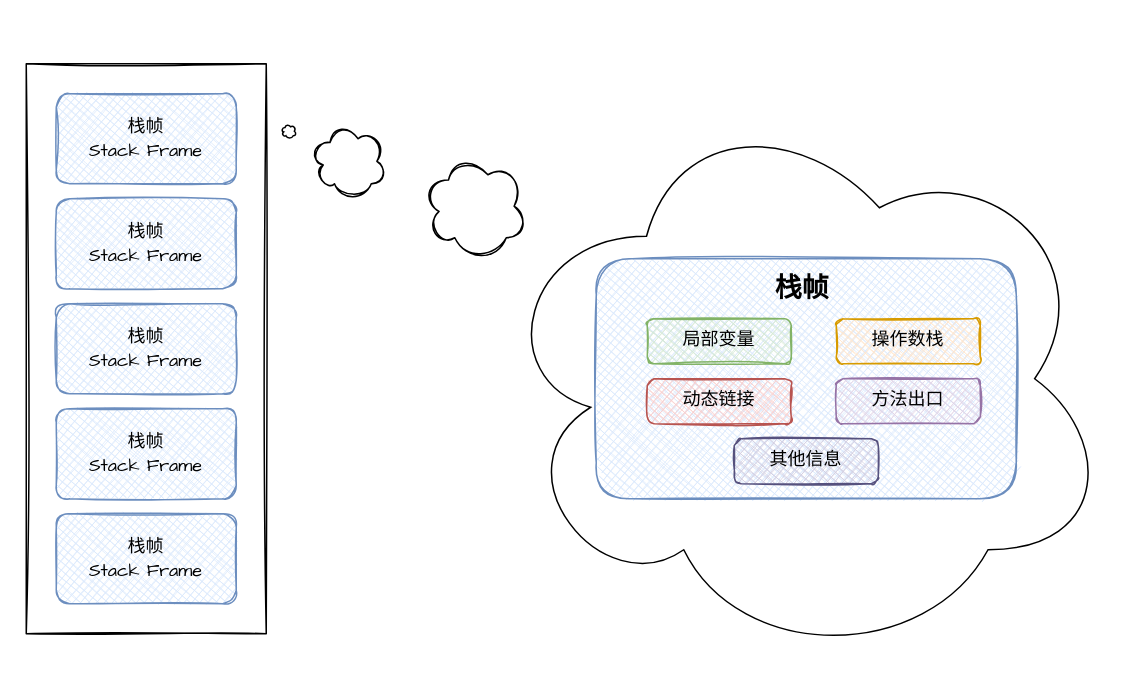
Earlier version of the draw.io diagram draw/jvm/栈.drawio (Thechc/materials). Source tidied: cells renumbered, new cells numbered last; positions are measured from the earlier drawing's top-left corner, leaving out a move shared by most shapes. Both pictures are drawn from the tidied source at 150%, with x=0, y=0 at pixel (26, 63).
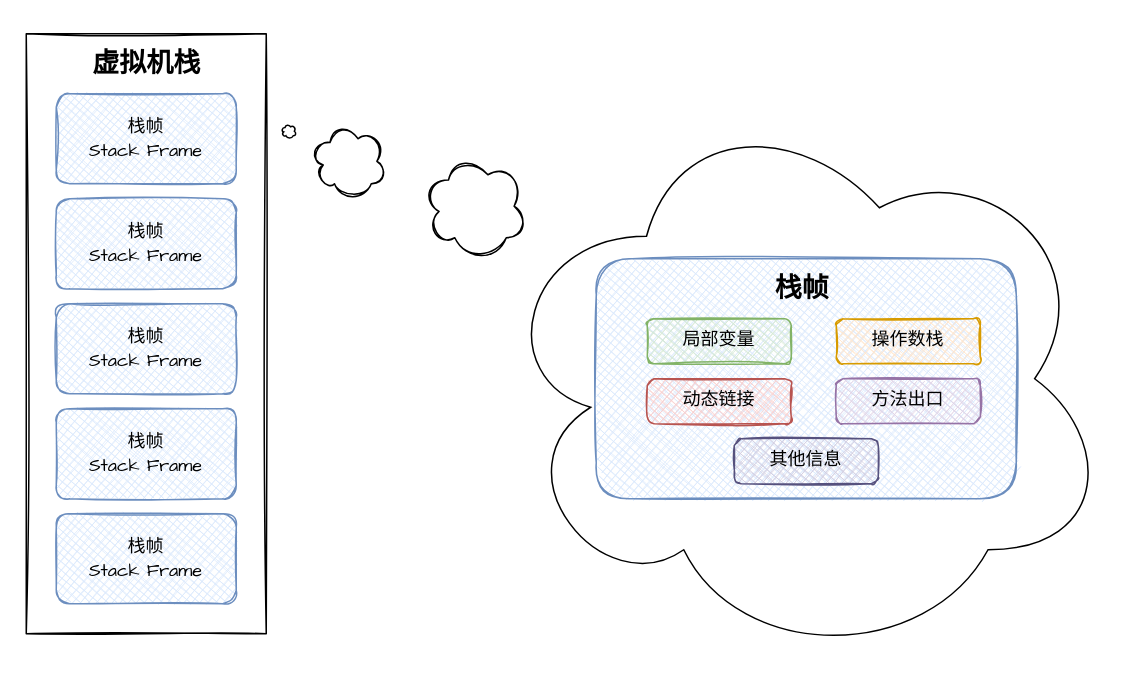
The same diagram, later.

What changed in the source:
```diff
@@
 <mxGraphModel>
   <root>
     <mxCell id="0" />
     <mxCell id="1" parent="0" />
     <mxCell id="2" style="ellipse;shape=cloud;whiteSpace=wrap;html=1;sketch=0;fillStyle=auto;fontFamily=Comic Sans MS;verticalAlign=bottom;" parent="1" vertex="1">
       <mxGeometry x="310" y="20" width="414" height="380" as="geometry" />
     </mxCell>
     <mxCell id="3" style="rounded=0;whiteSpace=wrap;html=1;sketch=1;" parent="1" vertex="1">
-      <mxGeometry width="160" height="380" as="geometry" />
+      <mxGeometry y="-20" width="160" height="400" as="geometry" />
     </mxCell>
     <mxCell id="4" value="&lt;font face=&quot;Comic Sans MS&quot;&gt;栈帧&lt;br&gt;&lt;/font&gt;&lt;div&gt;&lt;span style=&quot;font-size: 9.00337pt&quot;&gt;&lt;font face=&quot;Comic Sans MS&quot;&gt;Stack Frame&lt;/font&gt;&lt;/span&gt;&lt;/div&gt;" style="rounded=1;whiteSpace=wrap;html=1;sketch=1;fillColor=#dae8fc;strokeColor=#6c8ebf;fillStyle=cross-hatch;" parent="1" vertex="1">
       <mxGeometry x="20" y="300" width="120" height="60" as="geometry" />
     </mxCell>
     <mxCell id="5" value="&lt;font face=&quot;Comic Sans MS&quot;&gt;栈帧&lt;br&gt;&lt;/font&gt;&lt;div&gt;&lt;span style=&quot;font-size: 9.00337pt&quot;&gt;&lt;font face=&quot;Comic Sans MS&quot;&gt;Stack Frame&lt;/font&gt;&lt;/span&gt;&lt;/div&gt;" style="rounded=1;whiteSpace=wrap;html=1;sketch=1;fillColor=#dae8fc;strokeColor=#6c8ebf;fillStyle=cross-hatch;" parent="1" vertex="1">
       <mxGeometry x="20" y="230" width="120" height="60" as="geometry" />
     </mxCell>
     <mxCell id="6" value="&lt;font face=&quot;Comic Sans MS&quot;&gt;栈帧&lt;br&gt;&lt;/font&gt;&lt;div&gt;&lt;span style=&quot;font-size: 9.00337pt&quot;&gt;&lt;font face=&quot;Comic Sans MS&quot;&gt;Stack Frame&lt;/font&gt;&lt;/span&gt;&lt;/div&gt;" style="rounded=1;whiteSpace=wrap;html=1;sketch=1;fillColor=#dae8fc;strokeColor=#6c8ebf;fillStyle=cross-hatch;" parent="1" vertex="1">
       <mxGeometry x="20" y="160" width="120" height="60" as="geometry" />
     </mxCell>
     <mxCell id="7" value="&lt;font face=&quot;Comic Sans MS&quot;&gt;栈帧&lt;br&gt;&lt;/font&gt;&lt;div&gt;&lt;span style=&quot;font-size: 9.00337pt&quot;&gt;&lt;font face=&quot;Comic Sans MS&quot;&gt;Stack Frame&lt;/font&gt;&lt;/span&gt;&lt;/div&gt;" style="rounded=1;whiteSpace=wrap;html=1;sketch=1;fillColor=#dae8fc;strokeColor=#6c8ebf;fillStyle=cross-hatch;" parent="1" vertex="1">
       <mxGeometry x="20" y="90" width="120" height="60" as="geometry" />
     </mxCell>
     <mxCell id="8" value="&lt;font face=&quot;Comic Sans MS&quot;&gt;栈帧&lt;br&gt;&lt;/font&gt;&lt;div&gt;&lt;span style=&quot;font-size: 9.00337pt&quot;&gt;&lt;font face=&quot;Comic Sans MS&quot;&gt;Stack Frame&lt;/font&gt;&lt;/span&gt;&lt;/div&gt;" style="rounded=1;whiteSpace=wrap;html=1;sketch=1;fillColor=#dae8fc;strokeColor=#6c8ebf;fillStyle=cross-hatch;" parent="1" vertex="1">
       <mxGeometry x="20" y="20" width="120" height="60" as="geometry" />
     </mxCell>
     <mxCell id="9" value="&lt;h1&gt;&lt;br&gt;&lt;/h1&gt;" style="rounded=1;whiteSpace=wrap;html=1;sketch=1;fillStyle=cross-hatch;fontFamily=Comic Sans MS;fillColor=#dae8fc;strokeColor=#6c8ebf;verticalAlign=top;" parent="1" vertex="1">
       <mxGeometry x="380" y="130" width="280" height="160" as="geometry" />
     </mxCell>
     <mxCell id="10" value="局部变量" style="rounded=1;whiteSpace=wrap;html=1;sketch=1;fillStyle=cross-hatch;fontFamily=Comic Sans MS;fillColor=#d5e8d4;strokeColor=#82b366;" parent="1" vertex="1">
       <mxGeometry x="414" y="170" width="96" height="30" as="geometry" />
     </mxCell>
     <mxCell id="11" value="操作数栈" style="rounded=1;whiteSpace=wrap;html=1;sketch=1;fillStyle=cross-hatch;fontFamily=Comic Sans MS;fillColor=#ffe6cc;strokeColor=#d79b00;" parent="1" vertex="1">
       <mxGeometry x="540" y="170" width="96" height="30" as="geometry" />
     </mxCell>
     <mxCell id="12" value="动态链接" style="rounded=1;whiteSpace=wrap;html=1;sketch=1;fillStyle=cross-hatch;fontFamily=Comic Sans MS;fillColor=#f8cecc;strokeColor=#b85450;" parent="1" vertex="1">
       <mxGeometry x="414" y="210" width="96" height="30" as="geometry" />
     </mxCell>
     <mxCell id="13" value="方法出口" style="rounded=1;whiteSpace=wrap;html=1;sketch=1;fillStyle=cross-hatch;fontFamily=Comic Sans MS;fillColor=#e1d5e7;strokeColor=#9673a6;" parent="1" vertex="1">
       <mxGeometry x="540" y="210" width="96" height="30" as="geometry" />
     </mxCell>
     <mxCell id="14" value="其他信息" style="rounded=1;whiteSpace=wrap;html=1;sketch=1;fillStyle=cross-hatch;fontFamily=Comic Sans MS;fillColor=#d0cee2;strokeColor=#56517e;" parent="1" vertex="1">
       <mxGeometry x="472" y="250" width="96" height="30" as="geometry" />
     </mxCell>
     <mxCell id="15" style="ellipse;shape=cloud;whiteSpace=wrap;html=1;sketch=1;fillStyle=cross-hatch;fontFamily=Comic Sans MS;" parent="1" vertex="1">
       <mxGeometry x="190" y="40" width="50" height="50" as="geometry" />
     </mxCell>
     <mxCell id="16" style="ellipse;shape=cloud;whiteSpace=wrap;html=1;sketch=1;fillStyle=cross-hatch;fontFamily=Comic Sans MS;" parent="1" vertex="1">
       <mxGeometry x="264" y="60" width="70" height="70" as="geometry" />
     </mxCell>
     <mxCell id="17" style="ellipse;shape=cloud;whiteSpace=wrap;html=1;sketch=0;fillStyle=auto;fontFamily=Comic Sans MS;" parent="1" vertex="1">
       <mxGeometry x="170" y="40" width="10" height="10" as="geometry" />
     </mxCell>
     <mxCell id="18" value="&lt;h2&gt;栈帧&lt;/h2&gt;" style="text;html=1;align=center;verticalAlign=middle;strokeColor=none;fillColor=none;fontFamily=Comic Sans MS;" parent="1" vertex="1">
       <mxGeometry x="492" y="125" width="50" height="50" as="geometry" />
     </mxCell>
+    <mxCell id="19" value="&lt;h2&gt;虚拟机栈&lt;/h2&gt;" style="text;html=1;align=center;verticalAlign=middle;strokeColor=none;fillColor=none;fontFamily=Comic Sans MS;" parent="1" vertex="1">
+      <mxGeometry x="35" y="-25" width="90" height="50" as="geometry" />
+    </mxCell>
   </root>
 </mxGraphModel>
```
